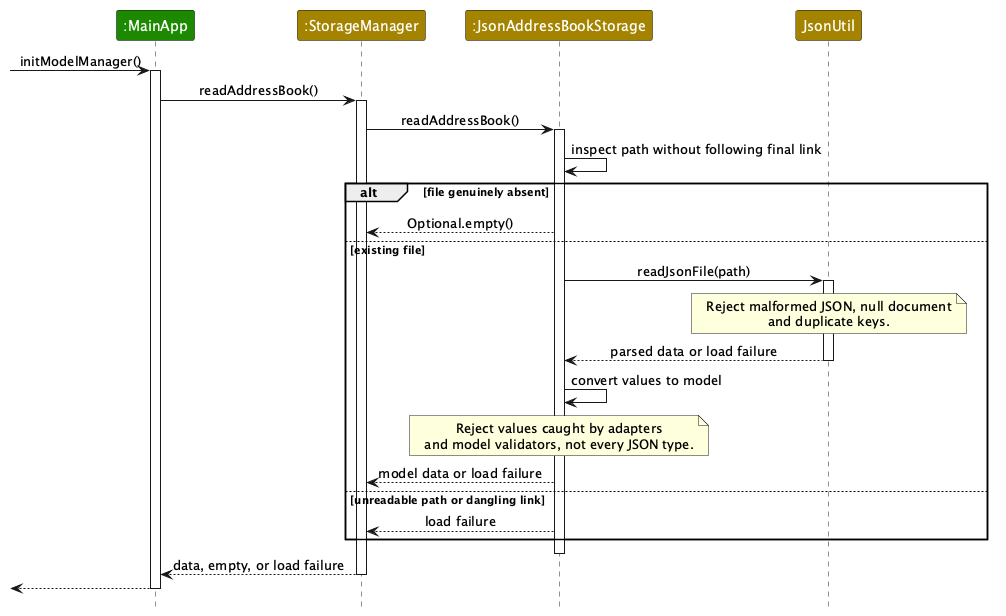
ewje/tp keeps this PlantUML diagram as docs/images/StartupDataSequenceDiagram.png. Above is the earlier version. Source of this version:
```plantuml
@startuml
!include style.puml
skinparam ArrowFontStyle plain

participant ":MainApp" as App UI_COLOR
participant ":StorageManager" as Storage STORAGE_COLOR
participant ":JsonAddressBookStorage" as Json STORAGE_COLOR
participant "JsonUtil" as JsonUtil STORAGE_COLOR

[-> App : initModelManager()
activate App
App -> Storage : readAddressBook()
activate Storage
Storage -> Json : readAddressBook()
activate Json
Json -> Json : inspect path without following final link
alt file genuinely absent
    Json --> Storage : Optional.empty()
else existing file
    Json -> JsonUtil : readJsonFile(path)
    activate JsonUtil
    note over JsonUtil : Reject malformed JSON, null document\nand duplicate keys.
    JsonUtil --> Json : parsed data or load failure
    deactivate JsonUtil
    Json -> Json : convert values to model
    note over Json : Reject values caught by adapters\nand model validators, not every JSON type.
    Json --> Storage : model data or load failure
else unreadable path or dangling link
    Json --> Storage : load failure
end
deactivate Json
Storage --> App : data, empty, or load failure
deactivate Storage
[<-- App
deactivate App
@enduml
```
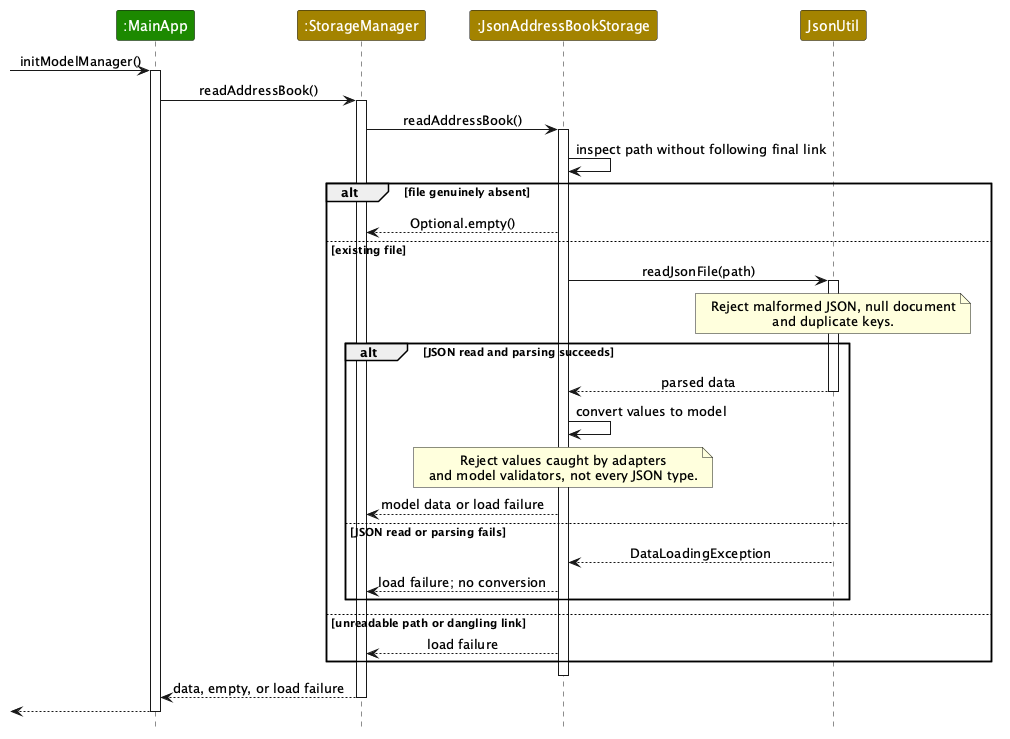
The same file after the commit.

Commit message:
Clarify assignment whitespace and startup flow

Change to the diagram source:
```diff
@@ -20,11 +20,17 @@
     Json -> JsonUtil : readJsonFile(path)
     activate JsonUtil
     note over JsonUtil : Reject malformed JSON, null document\nand duplicate keys.
-    JsonUtil --> Json : parsed data or load failure
-    deactivate JsonUtil
-    Json -> Json : convert values to model
-    note over Json : Reject values caught by adapters\nand model validators, not every JSON type.
-    Json --> Storage : model data or load failure
+    alt JSON read and parsing succeeds
+        JsonUtil --> Json : parsed data
+        deactivate JsonUtil
+        Json -> Json : convert values to model
+        note over Json : Reject values caught by adapters\nand model validators, not every JSON type.
+        Json --> Storage : model data or load failure
+    else JSON read or parsing fails
+        JsonUtil --> Json : DataLoadingException
+        deactivate JsonUtil
+        Json --> Storage : load failure; no conversion
+    end
 else unreadable path or dangling link
     Json --> Storage : load failure
 end
```
